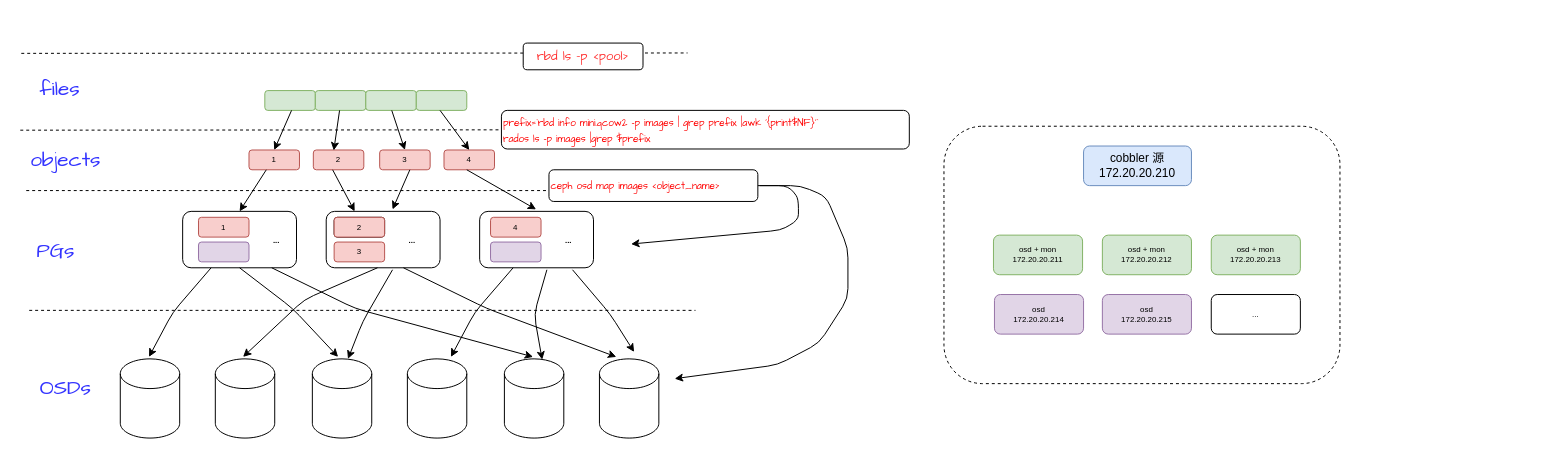
The draw.io diagram ceph 架构图.drawio in iswbm/drawhub, before the edit. Source tidied: cells renumbered, new cells numbered last; positions are measured from the earlier drawing's top-left corner, leaving out a move shared by most shapes. Both pictures are drawn from the tidied source at 99%, with x=0, y=0 at pixel (17, 43).
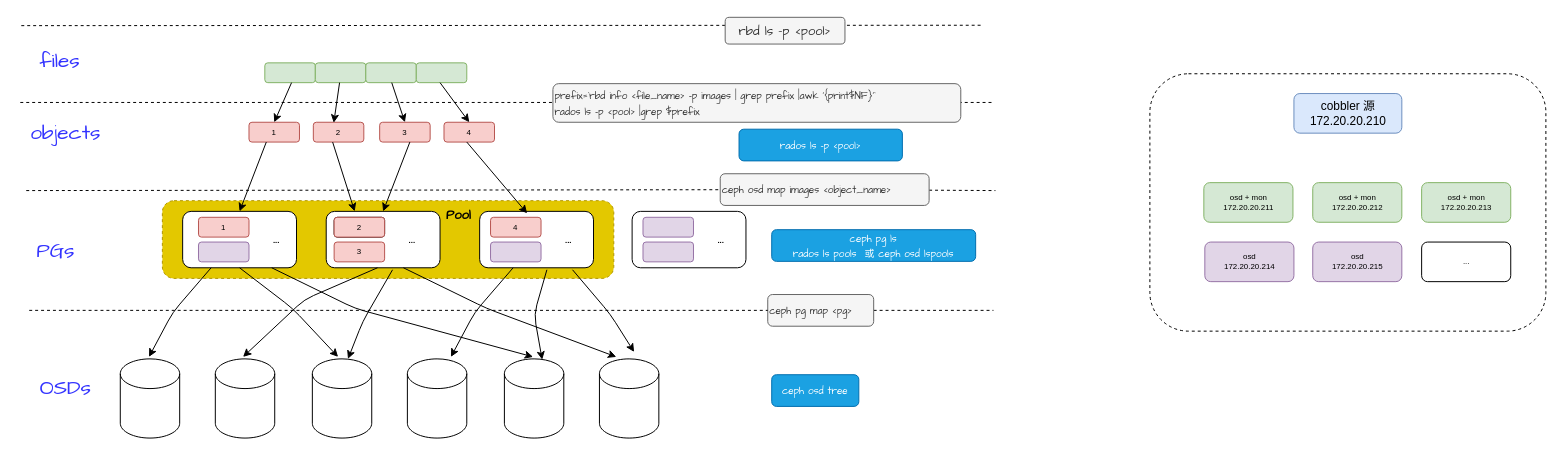
The same diagram, later.

Unchanged cells that the change refers to:
```xml
<mxCell id="18" style="rounded=1;whiteSpace=wrap;html=1;glass=0;fontSize=8;" parent="1" vertex="1">
  <mxGeometry x="167" y="170" width="115" height="57" as="geometry" />
</mxCell>
<mxCell id="19" style="rounded=1;whiteSpace=wrap;html=1;glass=0;fontSize=8;" parent="1" vertex="1">
  <mxGeometry x="312" y="170" width="115" height="57" as="geometry" />
</mxCell>
<mxCell id="20" style="rounded=1;whiteSpace=wrap;html=1;glass=0;fontSize=8;" parent="1" vertex="1">
  <mxGeometry x="467" y="170" width="115" height="57" as="geometry" />
</mxCell>
```

The edit, as a diff of the source:
```diff
@@
+    <mxCell id="68" style="rounded=1;whiteSpace=wrap;html=1;glass=0;fontFamily=Comic Sans MS;fontSize=13;align=center;dashed=1;fillColor=#e3c800;strokeColor=#B09500;fontColor=#ffffff;" parent="1" vertex="1">
+      <mxGeometry x="146.5" y="159.2" width="456" height="78.5" as="geometry" />
+    </mxCell>
     <mxCell id="2" style="rounded=1;whiteSpace=wrap;html=1;dashed=1;glass=0;" parent="1" vertex="1">
-      <mxGeometry x="936" y="84" width="400" height="260" as="geometry" />
+      <mxGeometry x="1144" y="31" width="400" height="260" as="geometry" />
     </mxCell>
     <mxCell id="3" value="cobbler 源&lt;br&gt;172.20.20.210" style="rounded=1;whiteSpace=wrap;html=1;fillColor=#dae8fc;strokeColor=#6c8ebf;" parent="1" vertex="1">
-      <mxGeometry x="1077" y="104" width="109" height="40" as="geometry" />
+      <mxGeometry x="1289.5" y="51" width="109" height="40" as="geometry" />
     </mxCell>
     <mxCell id="4" value="&lt;font style=&quot;font-size: 8px;&quot;&gt;osd + mon&lt;br style=&quot;font-size: 8px;&quot;&gt;172.20.20.211&lt;/font&gt;" style="rounded=1;whiteSpace=wrap;html=1;fontSize=8;fillColor=#d5e8d4;strokeColor=#82b366;" parent="1" vertex="1">
-      <mxGeometry x="986" y="194" width="90" height="40" as="geometry" />
+      <mxGeometry x="1198.5" y="141" width="90" height="40" as="geometry" />
     </mxCell>
     <mxCell id="5" value="&lt;font style=&quot;font-size: 8px&quot;&gt;osd + mon&lt;br style=&quot;font-size: 8px&quot;&gt;172.20.20.212&lt;/font&gt;" style="rounded=1;whiteSpace=wrap;html=1;fontSize=8;fillColor=#d5e8d4;strokeColor=#82b366;" parent="1" vertex="1">
-      <mxGeometry x="1096" y="194" width="90" height="40" as="geometry" />
+      <mxGeometry x="1308.5" y="141" width="90" height="40" as="geometry" />
     </mxCell>
     <mxCell id="6" value="&lt;font style=&quot;font-size: 8px&quot;&gt;osd + mon&lt;br style=&quot;font-size: 8px&quot;&gt;172.20.20.213&lt;/font&gt;" style="rounded=1;whiteSpace=wrap;html=1;fontSize=8;fillColor=#d5e8d4;strokeColor=#82b366;" parent="1" vertex="1">
-      <mxGeometry x="1206" y="194" width="90" height="40" as="geometry" />
+      <mxGeometry x="1418.5" y="141" width="90" height="40" as="geometry" />
     </mxCell>
     <mxCell id="7" value="&lt;font style=&quot;font-size: 8px&quot;&gt;osd&lt;br style=&quot;font-size: 8px&quot;&gt;172.20.20.214&lt;/font&gt;" style="rounded=1;whiteSpace=wrap;html=1;fontSize=8;fillColor=#e1d5e7;strokeColor=#9673a6;" parent="1" vertex="1">
-      <mxGeometry x="987" y="254" width="90" height="40" as="geometry" />
+      <mxGeometry x="1199.5" y="201" width="90" height="40" as="geometry" />
     </mxCell>
     <mxCell id="8" value="&lt;font style=&quot;font-size: 8px&quot;&gt;osd&lt;br style=&quot;font-size: 8px&quot;&gt;172.20.20.215&lt;/font&gt;" style="rounded=1;whiteSpace=wrap;html=1;fontSize=8;fillColor=#e1d5e7;strokeColor=#9673a6;" parent="1" vertex="1">
-      <mxGeometry x="1096" y="254" width="90" height="40" as="geometry" />
+      <mxGeometry x="1308.5" y="201" width="90" height="40" as="geometry" />
     </mxCell>
     <mxCell id="9" value="..." style="rounded=1;whiteSpace=wrap;html=1;fontSize=8;" parent="1" vertex="1">
-      <mxGeometry x="1206" y="254" width="90" height="40" as="geometry" />
+      <mxGeometry x="1418.5" y="201" width="90" height="40" as="geometry" />
     </mxCell>
     <mxCell id="10" value="1" style="rounded=1;whiteSpace=wrap;html=1;glass=0;fontSize=8;fillColor=#f8cecc;strokeColor=#b85450;" parent="1" vertex="1">
-      <mxGeometry x="234" y="108" width="51" height="20" as="geometry" />
+      <mxGeometry x="234" y="80" width="51" height="20" as="geometry" />
     </mxCell>
     <mxCell id="11" value="2" style="rounded=1;whiteSpace=wrap;html=1;glass=0;fontSize=8;fillColor=#f8cecc;strokeColor=#b85450;" parent="1" vertex="1">
-      <mxGeometry x="299" y="108" width="51" height="20" as="geometry" />
+      <mxGeometry x="299" y="80" width="51" height="20" as="geometry" />
     </mxCell>
     <mxCell id="12" value="3" style="rounded=1;whiteSpace=wrap;html=1;glass=0;fontSize=8;fillColor=#f8cecc;strokeColor=#b85450;" parent="1" vertex="1">
-      <mxGeometry x="366" y="108" width="51" height="20" as="geometry" />
+      <mxGeometry x="366" y="80" width="51" height="20" as="geometry" />
     </mxCell>
     <mxCell id="13" value="4" style="rounded=1;whiteSpace=wrap;html=1;glass=0;fontSize=8;fillColor=#f8cecc;strokeColor=#b85450;" parent="1" vertex="1">
-      <mxGeometry x="431" y="108" width="51" height="20" as="geometry" />
+      <mxGeometry x="431" y="80" width="51" height="20" as="geometry" />
     </mxCell>
     <mxCell id="14" style="rounded=1;whiteSpace=wrap;html=1;glass=0;fontSize=8;fillColor=#d5e8d4;strokeColor=#82b366;" parent="1" vertex="1">
-      <mxGeometry x="250" y="48" width="51" height="20" as="geometry" />
+      <mxGeometry x="250" y="20" width="51" height="20" as="geometry" />
     </mxCell>
     <mxCell id="15" style="rounded=1;whiteSpace=wrap;html=1;glass=0;fontSize=8;fillColor=#d5e8d4;strokeColor=#82b366;" parent="1" vertex="1">
-      <mxGeometry x="301" y="48" width="51" height="20" as="geometry" />
+      <mxGeometry x="301" y="20" width="51" height="20" as="geometry" />
     </mxCell>
     <mxCell id="16" style="rounded=1;whiteSpace=wrap;html=1;glass=0;fontSize=8;fillColor=#d5e8d4;strokeColor=#82b366;" parent="1" vertex="1">
-      <mxGeometry x="352" y="48" width="51" height="20" as="geometry" />
+      <mxGeometry x="352" y="20" width="51" height="20" as="geometry" />
     </mxCell>
     <mxCell id="17" style="rounded=1;whiteSpace=wrap;html=1;glass=0;fontSize=8;fillColor=#d5e8d4;strokeColor=#82b366;" parent="1" vertex="1">
-      <mxGeometry x="403" y="48" width="51" height="20" as="geometry" />
+      <mxGeometry x="403" y="20" width="51" height="20" as="geometry" />
     </mxCell>
@@
     <mxCell id="30" style="endArrow=classic;html=1;fontSize=8;entryX=0.5;entryY=0;entryDx=0;entryDy=0;" parent="1" edge="1" target="10">
       <mxGeometry relative="1" as="geometry">
-        <mxPoint x="277" y="68" as="sourcePoint" />
+        <mxPoint x="277" y="40" as="sourcePoint" />
       </mxGeometry>
     </mxCell>
     <mxCell id="31" style="endArrow=classic;html=1;fontSize=8;entryX=0.405;entryY=0.025;entryDx=0;entryDy=0;entryPerimeter=0;" parent="1" edge="1" target="11">
       <mxGeometry relative="1" as="geometry">
-        <mxPoint x="325.5" y="68" as="sourcePoint" />
+        <mxPoint x="325.5" y="40" as="sourcePoint" />
       </mxGeometry>
     </mxCell>
     <mxCell id="32" style="endArrow=classic;html=1;fontSize=8;entryX=0.5;entryY=0;entryDx=0;entryDy=0;" parent="1" edge="1" target="12">
       <mxGeometry relative="1" as="geometry">
-        <mxPoint x="378.2" y="68" as="sourcePoint" />
+        <mxPoint x="378.2" y="40" as="sourcePoint" />
       </mxGeometry>
     </mxCell>
     <mxCell id="33" style="endArrow=classic;html=1;fontSize=8;entryX=0.5;entryY=0;entryDx=0;entryDy=0;" parent="1" edge="1" target="13">
       <mxGeometry relative="1" as="geometry">
-        <mxPoint x="427" y="68" as="sourcePoint" />
+        <mxPoint x="427" y="40" as="sourcePoint" />
       </mxGeometry>
     </mxCell>
     <mxCell id="34" style="endArrow=classic;html=1;fontSize=8;entryX=0.5;entryY=0;entryDx=0;entryDy=0;" parent="1" edge="1" target="18">
       <mxGeometry relative="1" as="geometry">
-        <mxPoint x="251.5" y="128" as="sourcePoint" />
+        <mxPoint x="251.5" y="100" as="sourcePoint" />
       </mxGeometry>
     </mxCell>
     <mxCell id="35" style="endArrow=classic;html=1;fontSize=8;entryX=0.25;entryY=0;entryDx=0;entryDy=0;" parent="1" edge="1" target="19">
       <mxGeometry relative="1" as="geometry">
-        <mxPoint x="318.5" y="128" as="sourcePoint" />
+        <mxPoint x="318.5" y="100" as="sourcePoint" />
       </mxGeometry>
     </mxCell>
-    <mxCell id="36" style="endArrow=classic;html=1;fontSize=8;" parent="1" edge="1">
+    <mxCell id="36" style="endArrow=classic;html=1;fontSize=8;entryX=0.5;entryY=0;entryDx=0;entryDy=0;" parent="1" edge="1" target="19">
       <mxGeometry relative="1" as="geometry">
-        <mxPoint x="396.5" y="128" as="sourcePoint" />
-        <mxPoint x="379" y="168" as="targetPoint" />
+        <mxPoint x="396.5" y="100" as="sourcePoint" />
       </mxGeometry>
     </mxCell>
-    <mxCell id="37" style="endArrow=classic;html=1;fontSize=8;" parent="1" edge="1">
+    <mxCell id="37" style="endArrow=classic;html=1;fontSize=8;entryX=0.417;entryY=0.035;entryDx=0;entryDy=0;entryPerimeter=0;" parent="1" edge="1" target="20">
       <mxGeometry relative="1" as="geometry">
-        <mxPoint x="454" y="128" as="sourcePoint" />
-        <mxPoint x="524" y="168" as="targetPoint" />
+        <mxPoint x="454" y="100" as="sourcePoint" />
       </mxGeometry>
     </mxCell>
@@
-    <mxCell id="54" style="endArrow=none;dashed=1;html=1;fontSize=8;" parent="1" edge="1">
+    <mxCell id="54" style="endArrow=none;dashed=1;html=1;fontSize=8;" parent="1" edge="1" source="69">
       <mxGeometry relative="1" as="geometry">
-        <mxPoint x="12" y="270" as="sourcePoint" />
-        <mxPoint x="685" y="270" as="targetPoint" />
+        <mxPoint x="986" y="270" as="targetPoint" />
       </mxGeometry>
     </mxCell>
-    <mxCell id="55" style="endArrow=none;dashed=1;html=1;fontSize=8;" parent="1" edge="1" source="60">
-      <mxGeometry relative="1" as="geometry">
-        <mxPoint x="676" y="88" as="targetPoint" />
-      </mxGeometry>
-    </mxCell>
     <mxCell id="56" value="&lt;font style=&quot;font-size: 21px&quot;&gt;objects&lt;/font&gt;" style="text;html=1;strokeColor=none;fillColor=none;align=center;verticalAlign=middle;whiteSpace=wrap;rounded=0;glass=0;fontSize=13;fontFamily=Comic Sans MS;fontColor=#3333FF;" parent="1" vertex="1">
-      <mxGeometry x="10" y="101" width="78" height="34" as="geometry" />
+      <mxGeometry x="10" y="73" width="78" height="34" as="geometry" />
     </mxCell>
@@
     <mxCell id="59" value="&lt;font style=&quot;font-size: 21px&quot;&gt;files&lt;/font&gt;" style="text;html=1;strokeColor=none;fillColor=none;align=center;verticalAlign=middle;whiteSpace=wrap;rounded=0;glass=0;fontSize=13;fontFamily=Comic Sans MS;fontColor=#3333FF;" parent="1" vertex="1">
-      <mxGeometry x="4" y="29" width="78" height="34" as="geometry" />
+      <mxGeometry x="4" y="1" width="78" height="34" as="geometry" />
     </mxCell>
-    <mxCell id="60" value="&lt;font style=&quot;font-size: 10px&quot;&gt;prefix=`rbd info mini.qcow2 -p images | grep prefix |awk '{print$NF}'`&lt;br style=&quot;font-size: 10px&quot;&gt;rados ls -p images |grep $prefix&lt;/font&gt;" style="rounded=1;whiteSpace=wrap;html=1;glass=0;strokeColor=#000000;fontFamily=Comic Sans MS;fontSize=13;align=left;fontColor=#FF0000;" parent="1" vertex="1">
-      <mxGeometry x="489" y="68" width="412" height="39" as="geometry" />
-    </mxCell>
-    <mxCell id="61" style="endArrow=none;dashed=1;html=1;fontSize=8;" parent="1" edge="1" target="60">
+    <mxCell id="61" style="endArrow=none;dashed=1;html=1;fontSize=8;" parent="1" edge="1">
       <mxGeometry relative="1" as="geometry">
-        <mxPoint x="3" y="88" as="sourcePoint" />
+        <mxPoint x="3" y="60" as="sourcePoint" />
+        <mxPoint x="986" y="60" as="targetPoint" />
       </mxGeometry>
     </mxCell>
-    <mxCell id="62" style="endArrow=none;dashed=1;html=1;fontSize=8;" parent="1" edge="1">
+    <mxCell id="62" style="endArrow=none;dashed=1;html=1;fontSize=8;" parent="1" edge="1" source="65">
       <mxGeometry relative="1" as="geometry">
-        <mxPoint x="9" y="149" as="sourcePoint" />
-        <mxPoint x="674" y="149" as="targetPoint" />
+        <mxPoint x="988" y="149" as="targetPoint" />
       </mxGeometry>
     </mxCell>
     <mxCell id="63" style="endArrow=none;dashed=1;html=1;fontSize=8;" parent="1" edge="1">
       <mxGeometry relative="1" as="geometry">
-        <mxPoint x="4" y="10.4" as="sourcePoint" />
-        <mxPoint x="677" y="10" as="targetPoint" />
+        <mxPoint x="4" y="-17.6" as="sourcePoint" />
+        <mxPoint x="975" y="-18" as="targetPoint" />
       </mxGeometry>
     </mxCell>
-    <mxCell id="64" value="rbd ls -p &amp;lt;pool&amp;gt;" style="rounded=1;whiteSpace=wrap;html=1;glass=0;strokeColor=#000000;fontFamily=Comic Sans MS;fontSize=13;fontColor=#FF3333;" parent="1" vertex="1">
-      <mxGeometry x="511" width="121" height="27" as="geometry" />
+    <mxCell id="64" value="rbd ls -p &amp;lt;pool&amp;gt;" style="rounded=1;whiteSpace=wrap;html=1;glass=0;strokeColor=#666666;fontFamily=Comic Sans MS;fontSize=13;fontColor=#333333;fillColor=#f5f5f5;" parent="1" vertex="1">
+      <mxGeometry x="715" y="-26" width="121" height="27" as="geometry" />
     </mxCell>
+    <mxCell id="69" value="&lt;span style=&quot;font-size: 10px&quot;&gt;ceph pg map &amp;lt;pg&amp;gt;&lt;/span&gt;" style="rounded=1;whiteSpace=wrap;html=1;glass=0;strokeColor=#666666;fontFamily=Comic Sans MS;fontSize=13;align=left;fontColor=#333333;fillColor=#f5f5f5;" parent="1" vertex="1">
+      <mxGeometry x="758" y="254" width="107" height="32" as="geometry" />
+    </mxCell>
+    <mxCell id="70" style="endArrow=none;dashed=1;html=1;fontSize=8;" parent="1" edge="1" target="69">
+      <mxGeometry relative="1" as="geometry">
+        <mxPoint x="12" y="270" as="sourcePoint" />
+      </mxGeometry>
+    </mxCell>
-    <mxCell id="65" value="&lt;span style=&quot;font-size: 10px&quot;&gt;ceph osd map images &amp;lt;object_name&amp;gt;&lt;/span&gt;" style="rounded=1;whiteSpace=wrap;html=1;glass=0;strokeColor=#000000;fontFamily=Comic Sans MS;fontSize=13;align=left;fontColor=#FF0000;" parent="1" vertex="1">
-      <mxGeometry x="537" y="128" width="211" height="32" as="geometry" />
+    <mxCell id="65" value="&lt;span style=&quot;font-size: 10px&quot;&gt;ceph osd map images &amp;lt;object_name&amp;gt;&lt;/span&gt;" style="rounded=1;whiteSpace=wrap;html=1;glass=0;strokeColor=#666666;fontFamily=Comic Sans MS;fontSize=13;align=left;fontColor=#333333;fillColor=#f5f5f5;" parent="1" vertex="1">
+      <mxGeometry x="710" y="132" width="211" height="32" as="geometry" />
     </mxCell>
-    <mxCell id="66" style="endArrow=classic;html=1;fontFamily=Comic Sans MS;fontSize=13;fontColor=#FF0000;exitX=1;exitY=0.5;exitDx=0;exitDy=0;" parent="1" edge="1" source="65">
-      <mxGeometry relative="1" as="geometry">
-        <mxPoint x="620" y="203" as="targetPoint" />
-        <Array as="points">
-          <mxPoint x="779" y="144" />
-          <mxPoint x="789" y="157" />
-          <mxPoint x="789" y="179" />
-          <mxPoint x="771" y="189" />
-        </Array>
-      </mxGeometry>
-    </mxCell>
-    <mxCell id="67" style="endArrow=classic;html=1;fontFamily=Comic Sans MS;fontSize=13;fontColor=#FF0000;" parent="1" edge="1">
-      <mxGeometry relative="1" as="geometry">
-        <mxPoint x="750" y="144" as="sourcePoint" />
-        <mxPoint x="664" y="339" as="targetPoint" />
-        <Array as="points">
-          <mxPoint x="791" y="144" />
-          <mxPoint x="817" y="155" />
-          <mxPoint x="839" y="207" />
-          <mxPoint x="839" y="258" />
-          <mxPoint x="810" y="303" />
-          <mxPoint x="768" y="325" />
-        </Array>
-      </mxGeometry>
-    </mxCell>
+    <mxCell id="71" style="endArrow=none;dashed=1;html=1;fontSize=8;" parent="1" edge="1" target="65">
+      <mxGeometry relative="1" as="geometry">
+        <mxPoint x="9" y="149" as="sourcePoint" />
+      </mxGeometry>
+    </mxCell>
+    <mxCell id="72" value="&lt;font style=&quot;font-size: 10px&quot;&gt;prefix=`rbd info &amp;lt;file_name&amp;gt; -p images | grep prefix |awk '{print$NF}'`&lt;br style=&quot;font-size: 10px&quot;&gt;rados ls -p &amp;lt;pool&amp;gt; |grep $prefix&lt;/font&gt;" style="rounded=1;whiteSpace=wrap;html=1;glass=0;strokeColor=#666666;fontFamily=Comic Sans MS;fontSize=13;align=left;fontColor=#333333;fillColor=#f5f5f5;" parent="1" vertex="1">
+      <mxGeometry x="541" y="41" width="412" height="39" as="geometry" />
+    </mxCell>
+    <mxCell id="73" value="&lt;span style=&quot;font-size: 10px&quot;&gt;ceph osd tree&lt;/span&gt;" style="rounded=1;whiteSpace=wrap;html=1;glass=0;strokeColor=#006EAF;fontFamily=Comic Sans MS;fontSize=13;align=center;fontColor=#ffffff;fillColor=#1ba1e2;" parent="1" vertex="1">
+      <mxGeometry x="762" y="335" width="88" height="32" as="geometry" />
+    </mxCell>
+    <mxCell id="74" value="&lt;span style=&quot;font-size: 10px&quot;&gt;ceph pg ls&lt;/span&gt;&lt;br&gt;&lt;span style=&quot;font-size: 10px&quot;&gt;rados ls pools&amp;nbsp; 或 ceph osd lspools&lt;/span&gt;" style="rounded=1;whiteSpace=wrap;html=1;glass=0;strokeColor=#006EAF;fontFamily=Comic Sans MS;fontSize=13;align=center;fontColor=#ffffff;fillColor=#1ba1e2;" parent="1" vertex="1">
+      <mxGeometry x="762" y="188.5" width="206" height="32" as="geometry" />
+    </mxCell>
+    <mxCell id="75" value="&lt;span style=&quot;font-size: 10px&quot;&gt;rados ls -p &amp;lt;pool&amp;gt;&lt;/span&gt;" style="rounded=1;whiteSpace=wrap;html=1;glass=0;strokeColor=#006EAF;fontFamily=Comic Sans MS;fontSize=13;align=center;fontColor=#ffffff;fillColor=#1ba1e2;" parent="1" vertex="1">
+      <mxGeometry x="729" y="87" width="165" height="32" as="geometry" />
+    </mxCell>
+    <mxCell id="76" style="rounded=1;whiteSpace=wrap;html=1;glass=0;fontSize=8;" parent="1" vertex="1">
+      <mxGeometry x="621" y="170" width="115" height="57" as="geometry" />
+    </mxCell>
+    <mxCell id="77" style="rounded=1;whiteSpace=wrap;html=1;glass=0;fontSize=8;fillColor=#e1d5e7;strokeColor=#9673a6;" parent="1" vertex="1">
+      <mxGeometry x="632" y="201" width="51" height="20" as="geometry" />
+    </mxCell>
+    <mxCell id="78" value="..." style="text;html=1;strokeColor=none;fillColor=none;align=center;verticalAlign=middle;whiteSpace=wrap;rounded=0;glass=0;fontSize=8;fontStyle=1;" parent="1" vertex="1">
+      <mxGeometry x="691" y="188.5" width="40" height="20" as="geometry" />
+    </mxCell>
+    <mxCell id="79" style="rounded=1;whiteSpace=wrap;html=1;glass=0;fontSize=8;fillColor=#e1d5e7;strokeColor=#9673a6;" parent="1" vertex="1">
+      <mxGeometry x="632" y="176" width="51" height="20" as="geometry" />
+    </mxCell>
+    <mxCell id="80" value="Pool" style="text;html=1;strokeColor=none;fillColor=none;align=center;verticalAlign=middle;whiteSpace=wrap;rounded=0;glass=0;dashed=1;fontFamily=Comic Sans MS;fontSize=13;fontStyle=1;" parent="1" vertex="1">
+      <mxGeometry x="426" y="164" width="40" height="20" as="geometry" />
+    </mxCell>
```
